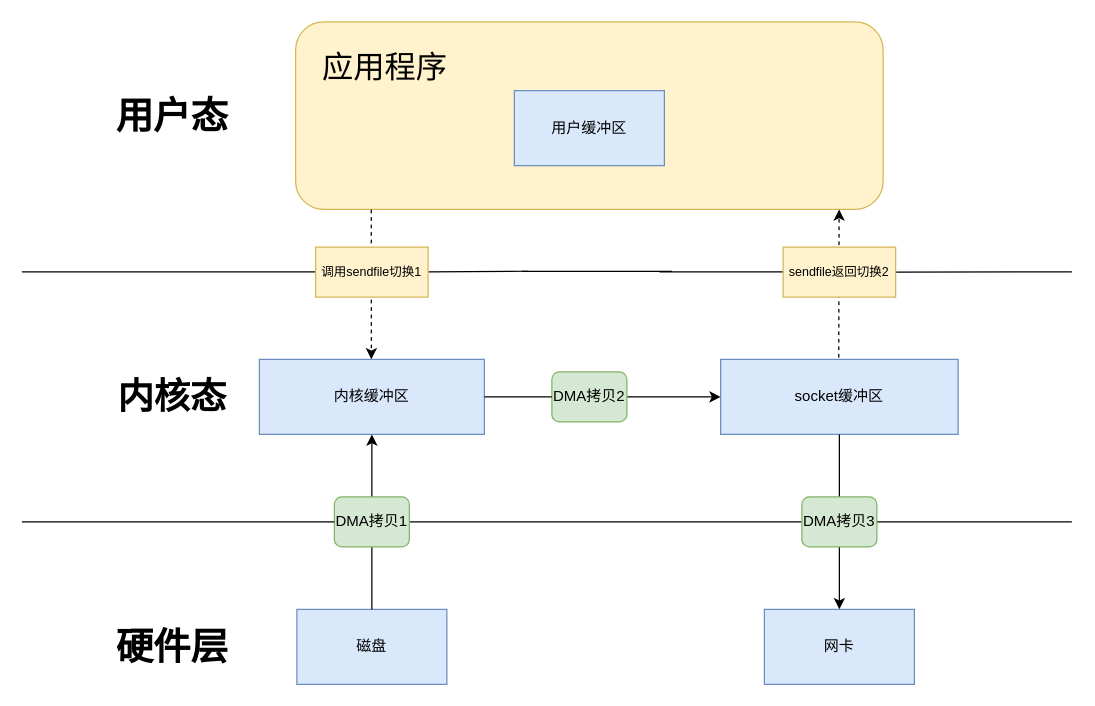
This is content/post/零拷贝技术/sendfile.drawio from ldlb9527/blog, a draw.io file, before an edit. Source tidied: cells renumbered, new cells numbered last; positions are measured from the earlier drawing's top-left corner, leaving out a move shared by most shapes. Both pictures are drawn from the tidied source at 125%, with x=0, y=0 at pixel (21, 21).
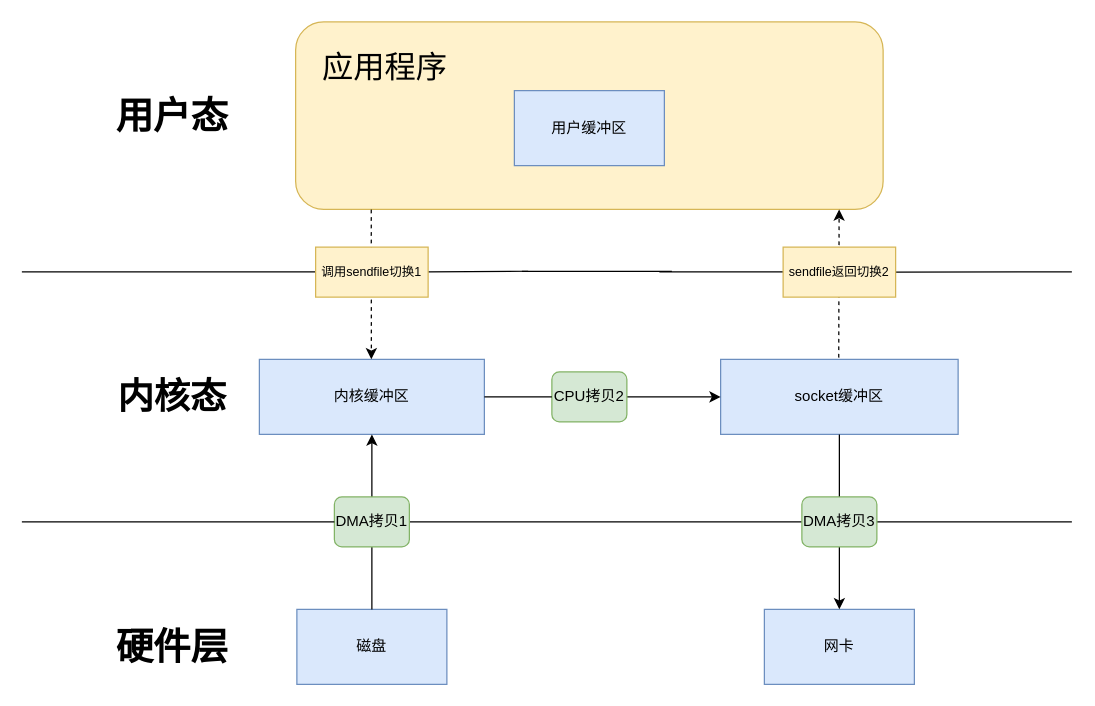
Above is the later version.

The edit, as a diff of the source:
```diff
@@
-    <mxCell id="29" value="DMA拷贝2" style="rounded=1;whiteSpace=wrap;html=1;fillColor=#d5e8d4;strokeColor=#82b366;" parent="1" vertex="1">
+    <mxCell id="29" value="CPU拷贝2" style="rounded=1;whiteSpace=wrap;html=1;fillColor=#d5e8d4;strokeColor=#82b366;" parent="1" vertex="1">
       <mxGeometry x="424" y="280" width="60" height="40" as="geometry" />
     </mxCell>
```
